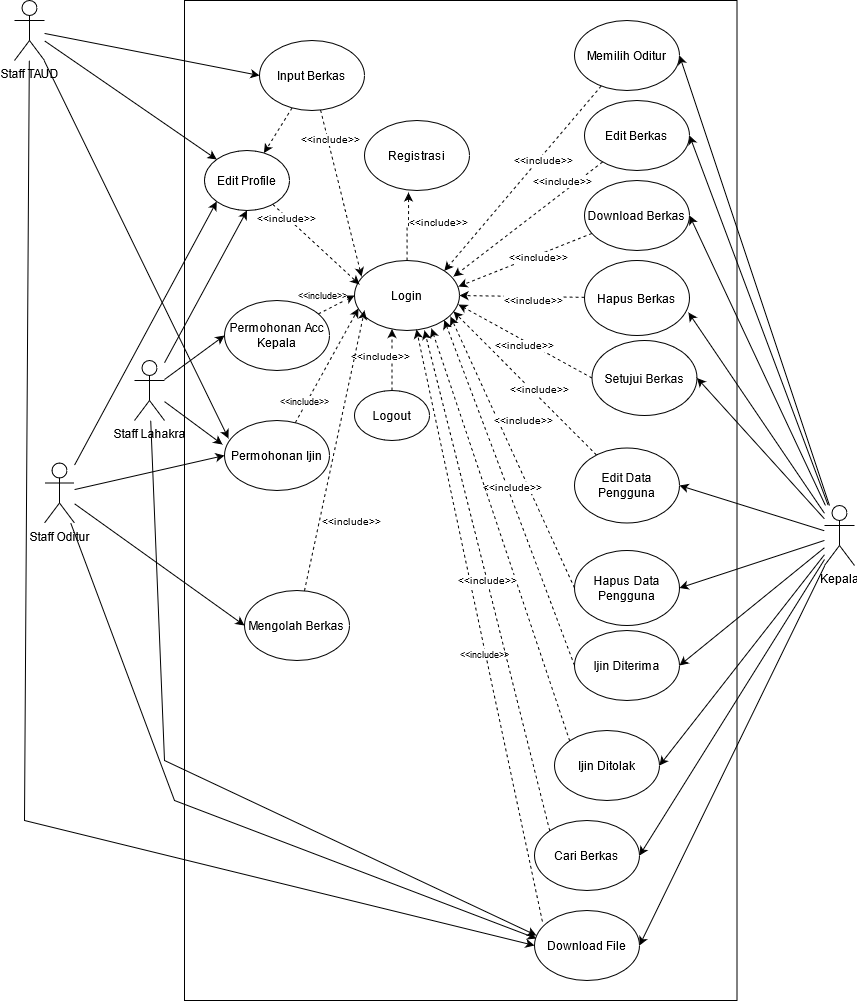
The draw.io diagram staff/Use Case Diagram.png in vincent322/Diagram, before a commit. Source tidied: cells renumbered, new cells last; positions are measured from the earlier drawing's top-left corner, leaving out a move shared by most shapes.
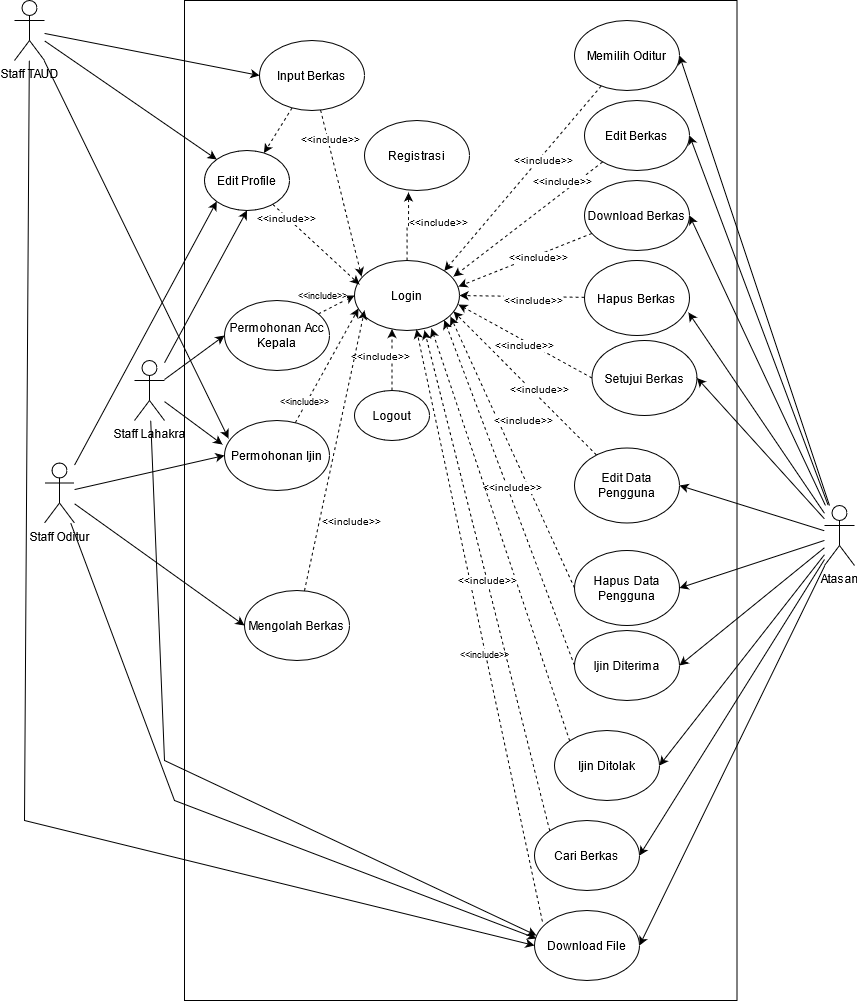
The same file after the commit.

The edit, as a diff of the source:
```diff
@@ -76,7 +76,7 @@
     <mxCell id="23" style="edgeStyle=none;rounded=0;jettySize=auto;html=1;entryX=1;entryY=0.5;entryDx=0;entryDy=0;fontSize=9;" parent="1" edge="1" source="24" target="55">
       <mxGeometry relative="1" as="geometry" />
     </mxCell>
-    <mxCell id="24" value="Kepala" style="shape=umlActor;verticalLabelPosition=bottom;verticalAlign=top;html=1;outlineConnect=0;" parent="1" vertex="1">
+    <mxCell id="24" value="Atasan" style="shape=umlActor;verticalLabelPosition=bottom;verticalAlign=top;html=1;outlineConnect=0;" parent="1" vertex="1">
       <mxGeometry x="810" y="505" width="30" height="60" as="geometry" />
     </mxCell>
     <mxCell id="25" style="edgeStyle=none;rounded=0;jettySize=auto;html=1;entryX=0;entryY=1;entryDx=0;entryDy=0;fontSize=10;" parent="1" edge="1" source="29" target="68">
```
